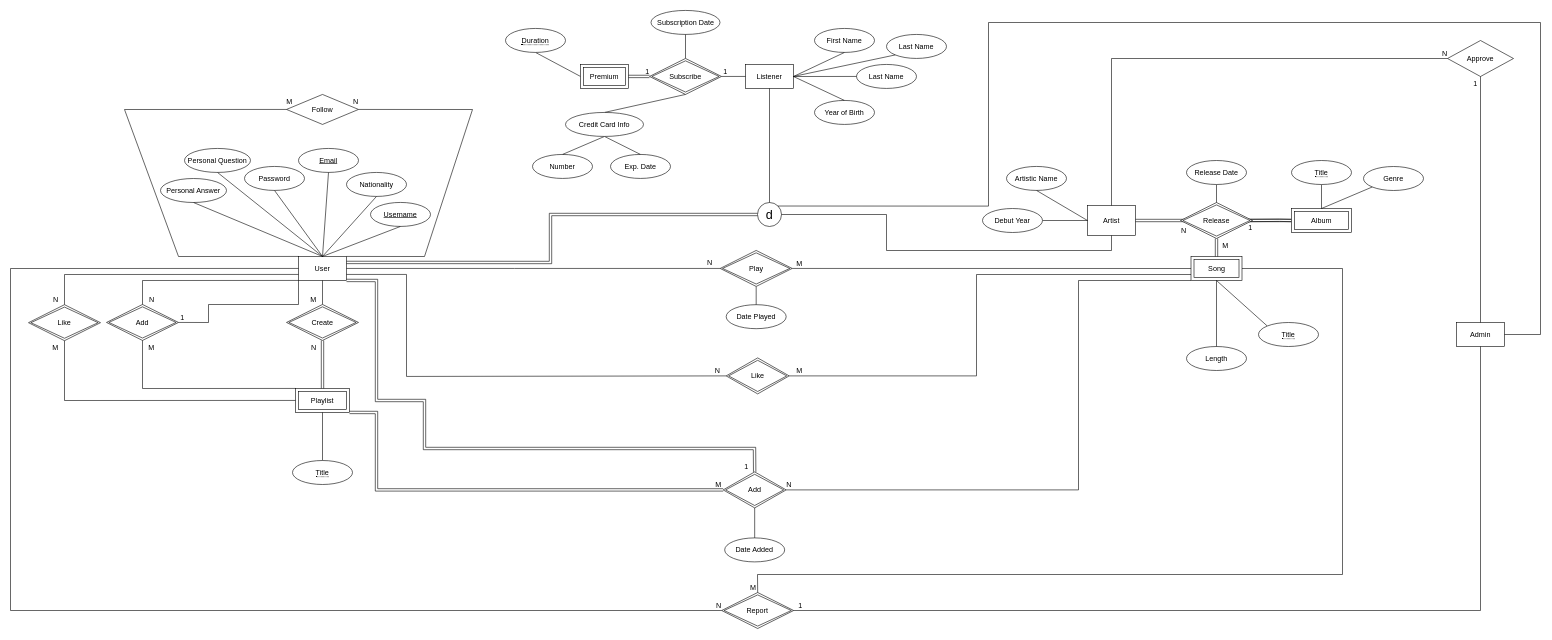
Earlier version of the draw.io diagram ER Diagram.drawio (BehrouzGhamkhar/database-project). Source tidied: cells renumbered, new cells numbered last; positions are measured from the earlier drawing's top-left corner, leaving out a move shared by most shapes. Both pictures are drawn from the tidied source at 60%, with x=0, y=0 at pixel (10, 10).
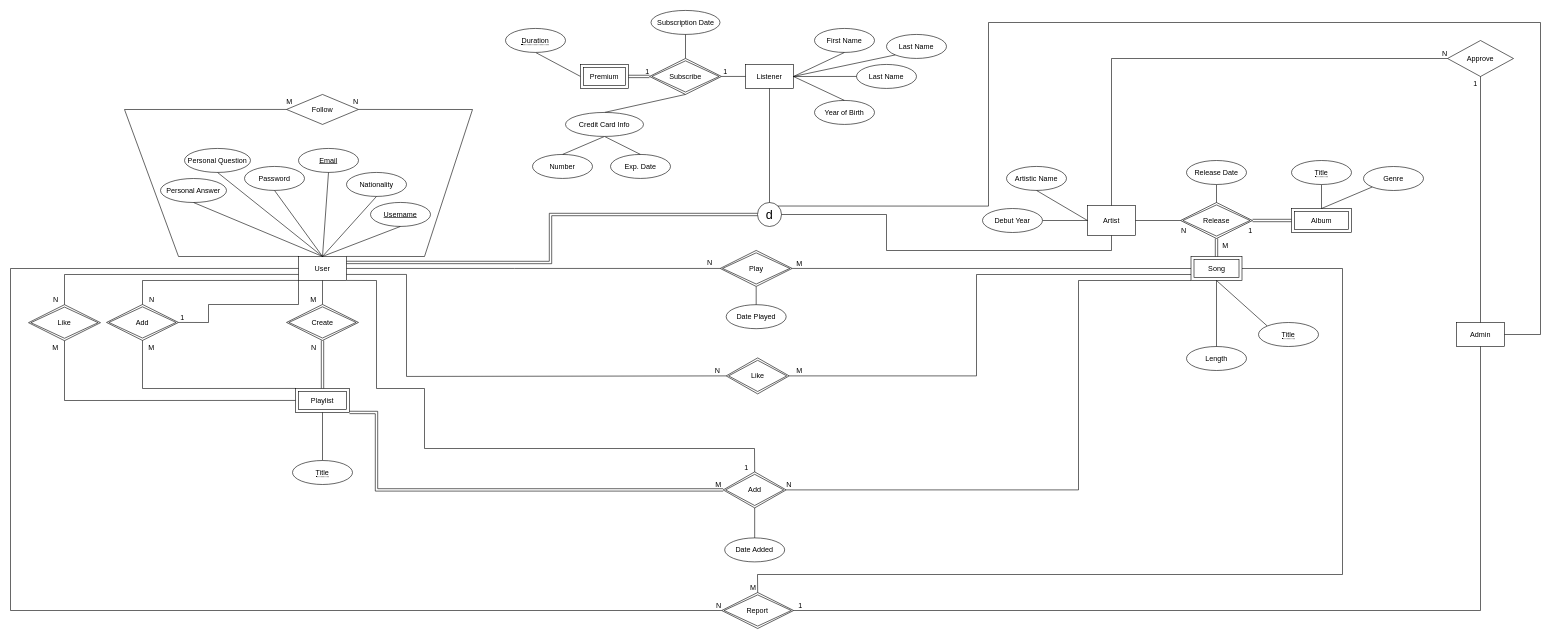
The same page after the edit.

Commit message:
Some errors were corrected in the ER diagram

The change refers to these unchanged cells:
```xml
<mxCell id="2" value="Artist" style="whiteSpace=wrap;html=1;align=center;" parent="1" vertex="1">
  <mxGeometry x="1795" y="325" width="80" height="50" as="geometry" />
</mxCell>
<mxCell id="4" value="User" style="whiteSpace=wrap;html=1;align=center;" parent="1" vertex="1">
  <mxGeometry x="480" y="409.9" width="80" height="40" as="geometry" />
</mxCell>
<mxCell id="32" value="Album" style="shape=ext;margin=3;double=1;whiteSpace=wrap;html=1;align=center;" parent="1" vertex="1">
  <mxGeometry x="2135" y="330" width="100" height="40" as="geometry" />
</mxCell>
<mxCell id="33" value="Add" style="shape=rhombus;double=1;perimeter=rhombusPerimeter;whiteSpace=wrap;html=1;align=center;" parent="1" vertex="1">
  <mxGeometry x="1187.8" y="769" width="105" height="60" as="geometry" />
</mxCell>
<mxCell id="36" value="Release" style="shape=rhombus;double=1;perimeter=rhombusPerimeter;whiteSpace=wrap;html=1;align=center;" parent="1" vertex="1">
  <mxGeometry x="1950" y="320" width="120" height="60" as="geometry" />
</mxCell>
```

Change to the diagram source:
```diff
@@
-    <mxCell id="3" style="edgeStyle=orthogonalEdgeStyle;shape=link;rounded=0;orthogonalLoop=1;jettySize=auto;html=1;" parent="1" edge="1">
-      <mxGeometry relative="1" as="geometry">
-        <mxPoint x="2135" y="350" as="sourcePoint" />
-        <mxPoint x="2055" y="350" as="targetPoint" />
-      </mxGeometry>
-    </mxCell>
@@
-    <mxCell id="6" style="endArrow=none;html=1;rounded=0;shape=link;" parent="1" edge="1">
-      <mxGeometry relative="1" as="geometry">
-        <mxPoint x="1875" y="350" as="sourcePoint" />
-        <mxPoint x="1965" y="350" as="targetPoint" />
-      </mxGeometry>
-    </mxCell>
-    <mxCell id="7" value="1" style="html=1;align=right;verticalAlign=bottom;" parent="6" vertex="1">
-      <mxGeometry x="1" relative="1" as="geometry">
-        <mxPoint x="105" y="20" as="offset" />
-      </mxGeometry>
-    </mxCell>
@@
-    <mxCell id="9" style="endArrow=none;html=1;rounded=0;shape=link;" parent="1" edge="1">
-      <mxGeometry relative="1" as="geometry">
-        <mxPoint x="2055" y="350" as="sourcePoint" />
-        <mxPoint x="2135" y="350" as="targetPoint" />
-        <Array as="points">
-          <mxPoint x="2115" y="349.5" />
-        </Array>
-      </mxGeometry>
-    </mxCell>
-    <mxCell id="10" value="N" style="html=1;align=right;verticalAlign=bottom;" parent="1" vertex="1">
-      <mxGeometry x="1970" y="375" as="geometry">
-        <mxPoint x="-10" as="offset" />
-      </mxGeometry>
-    </mxCell>
@@
-    <mxCell id="100" style="shape=link;html=1;rounded=0;entryX=0.5;entryY=0;entryDx=0;entryDy=0;exitX=1;exitY=1;exitDx=0;exitDy=0;" parent="1" edge="1" source="4" target="33">
-      <mxGeometry relative="1" as="geometry">
-        <Array as="points">
-          <mxPoint x="610" y="450" />
-          <mxPoint x="610" y="650" />
-          <mxPoint x="690" y="650" />
-          <mxPoint x="690" y="730" />
-          <mxPoint x="1240" y="730" />
-        </Array>
-      </mxGeometry>
-    </mxCell>
-    <mxCell id="101" value="1" style="html=1;align=right;verticalAlign=bottom;" parent="100" vertex="1">
-      <mxGeometry x="1" relative="1" as="geometry">
-        <mxPoint x="-10.3" y="-0.3" as="offset" />
-      </mxGeometry>
-    </mxCell>
@@
+    <mxCell id="129" style="shape=link;html=1;rounded=0;entryX=1;entryY=0.5;entryDx=0;entryDy=0;exitX=0;exitY=0.5;exitDx=0;exitDy=0;" parent="1" edge="1" source="32" target="36">
+      <mxGeometry relative="1" as="geometry" />
+    </mxCell>
+    <mxCell id="130" value="1" style="html=1;align=right;verticalAlign=bottom;" parent="129" vertex="1">
+      <mxGeometry x="1" relative="1" as="geometry">
+        <mxPoint y="25" as="offset" />
+      </mxGeometry>
+    </mxCell>
+    <mxCell id="131" style="endArrow=none;html=1;rounded=0;entryX=0;entryY=0.5;entryDx=0;entryDy=0;exitX=1;exitY=0.5;exitDx=0;exitDy=0;" parent="1" edge="1" source="2" target="36">
+      <mxGeometry relative="1" as="geometry" />
+    </mxCell>
+    <mxCell id="10" value="N" style="html=1;align=right;verticalAlign=bottom;" parent="131" vertex="1">
+      <mxGeometry x="1" relative="1" as="geometry">
+        <mxPoint x="10" y="25" as="offset" />
+      </mxGeometry>
+    </mxCell>
+    <mxCell id="100" style="endArrow=none;html=1;rounded=0;exitX=1;exitY=1;exitDx=0;exitDy=0;entryX=0.5;entryY=0;entryDx=0;entryDy=0;" parent="1" edge="1" source="4" target="33">
+      <mxGeometry relative="1" as="geometry">
+        <Array as="points">
+          <mxPoint x="610" y="450" />
+          <mxPoint x="610" y="630" />
+          <mxPoint x="690" y="630" />
+          <mxPoint x="690" y="730" />
+          <mxPoint x="1240" y="730" />
+        </Array>
+      </mxGeometry>
+    </mxCell>
+    <mxCell id="132" value="1" style="html=1;align=right;verticalAlign=bottom;" parent="100" vertex="1">
+      <mxGeometry x="1" relative="1" as="geometry">
+        <mxPoint x="-10.3" y="1" as="offset" />
+      </mxGeometry>
+    </mxCell>
```
